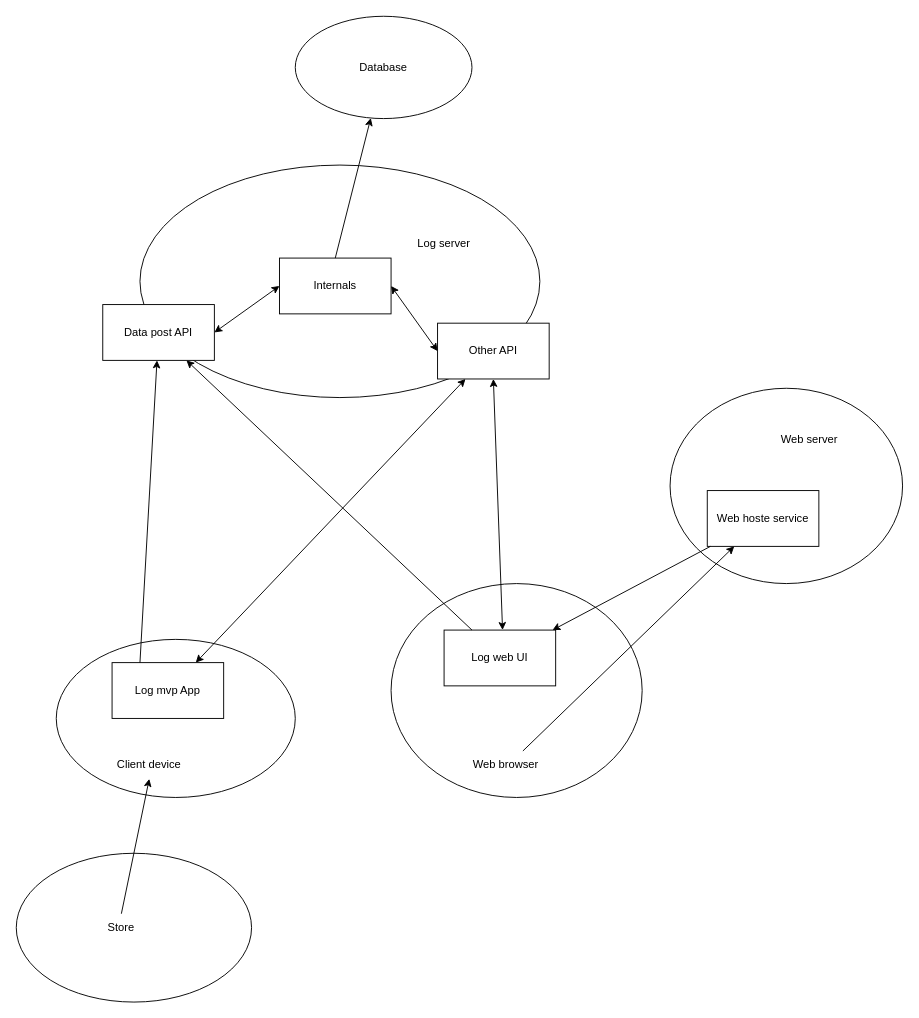
WayArts/log-ios-client keeps this draw.io diagram as Specification/Architecture.drawio. Above is the earlier version. Source tidied: cells renumbered, new cells numbered last; positions are measured from the earlier drawing's top-left corner, leaving out a move shared by most shapes. Both pictures are drawn from the tidied source at 93%, with x=0, y=0 at pixel (16, 16).
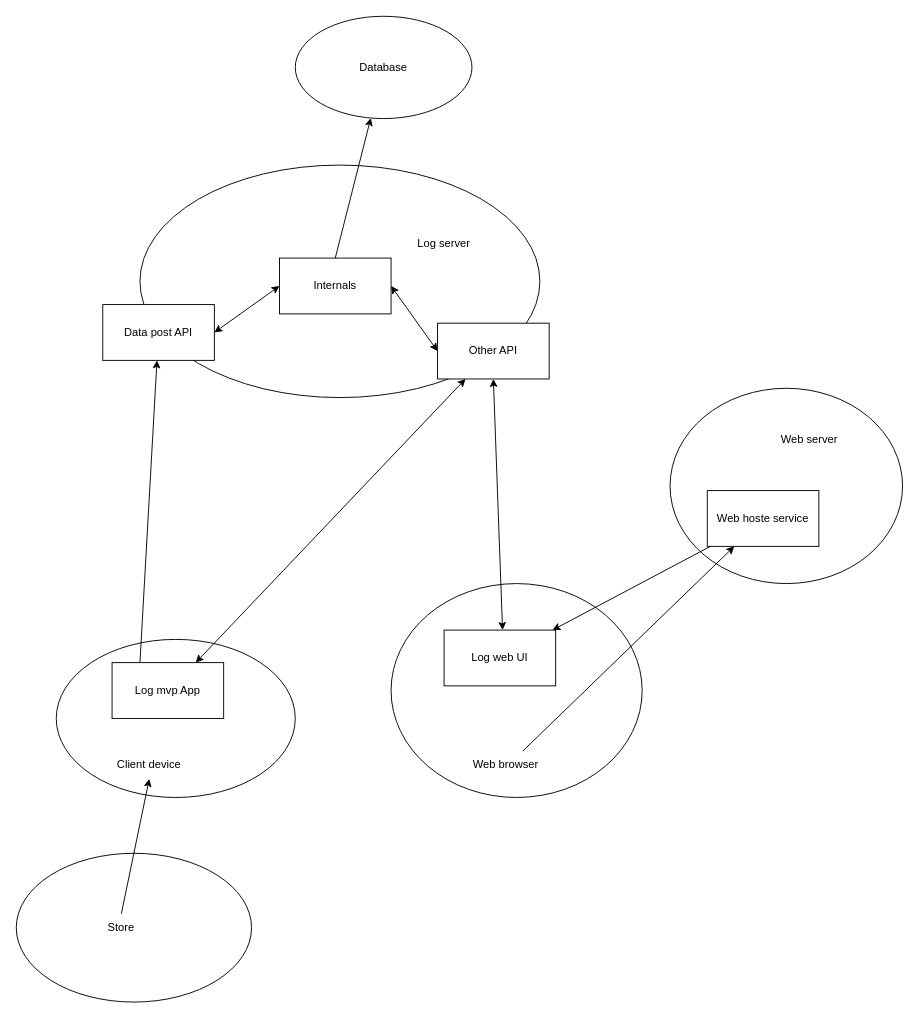
The same page after the edit.

Unchanged cells that the change refers to:
```xml
<mxCell id="5" value="Log web UI" style="rounded=0;whiteSpace=wrap;html=1;" parent="1" vertex="1">
  <mxGeometry x="460" y="660" width="120" height="60" as="geometry" />
</mxCell>
<mxCell id="11" value="Data post API" style="rounded=0;whiteSpace=wrap;html=1;" parent="1" vertex="1">
  <mxGeometry x="93" y="310" width="120" height="60" as="geometry" />
</mxCell>
```

Diff of the diagram source:
```diff
@@
-    <mxCell id="28" style="endArrow=classic;html=1;rounded=0;exitX=0.25;exitY=0;exitDx=0;exitDy=0;entryX=0.75;entryY=1;entryDx=0;entryDy=0;" parent="1" edge="1" source="5" target="11">
-      <mxGeometry relative="1" as="geometry" />
-    </mxCell>
```
